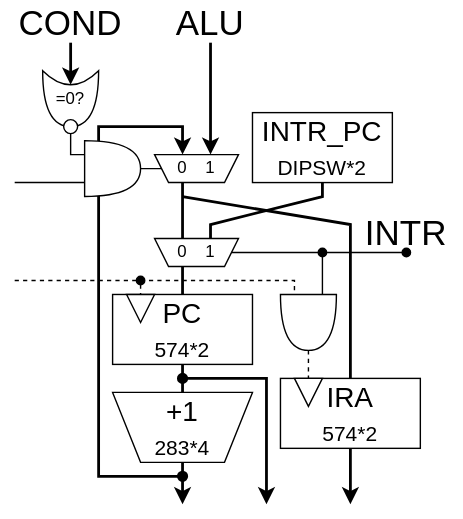
amane-uehara/kanade-k-1228.github.io keeps this draw.io diagram as Lab/Computer/RK16/9_Hardware/img/PFC.dio.svg. Above is the earlier version. Source tidied: cells renumbered, new cells last; positions are measured from the earlier drawing's top-left corner, leaving out a move shared by most shapes.
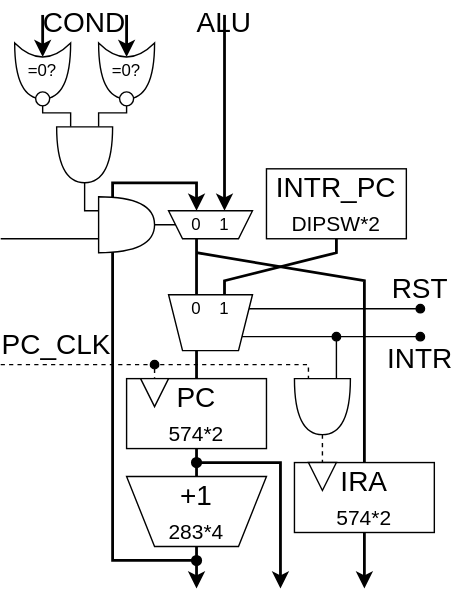
After the commit.

What changed in the source:
```diff
@@ -2,24 +2,56 @@
   <root>
     <mxCell id="0" />
     <mxCell id="1" parent="0" />
+    <mxCell id="40" style="endArrow=none;html=1;fontSize=20;strokeWidth=1;rounded=0;endFill=0;startArrow=oval;startFill=1;" parent="1" edge="1">
+      <mxGeometry relative="1" as="geometry">
+        <mxPoint x="290" y="160" as="sourcePoint" />
+        <mxPoint x="150" y="160" as="targetPoint" />
+      </mxGeometry>
+    </mxCell>
+    <mxCell id="24" style="endArrow=none;html=1;fontSize=20;strokeWidth=1;rounded=0;endFill=0;startArrow=oval;startFill=1;" parent="1" edge="1">
+      <mxGeometry relative="1" as="geometry">
+        <mxPoint x="290" y="180" as="sourcePoint" />
+        <mxPoint x="150" y="180" as="targetPoint" />
+      </mxGeometry>
+    </mxCell>
+    <mxCell id="41" style="endArrow=none;html=1;rounded=0;" parent="1" edge="1">
+      <mxGeometry relative="1" as="geometry">
+        <mxPoint x="60" y="30" as="sourcePoint" />
+        <mxPoint x="80" as="targetPoint" />
+        <Array as="points">
+          <mxPoint x="60" y="20" />
+          <mxPoint x="80" y="20" />
+        </Array>
+      </mxGeometry>
+    </mxCell>
+    <mxCell id="42" style="endArrow=none;html=1;rounded=0;" parent="1" edge="1">
+      <mxGeometry relative="1" as="geometry">
+        <mxPoint x="40" y="30" as="sourcePoint" />
+        <mxPoint x="20" as="targetPoint" />
+        <Array as="points">
+          <mxPoint x="40" y="20" />
+          <mxPoint x="20" y="20" />
+        </Array>
+      </mxGeometry>
+    </mxCell>
     <mxCell id="2" style="endArrow=none;html=1;rounded=0;" parent="1" edge="1">
       <mxGeometry relative="1" as="geometry">
-        <mxPoint x="60" y="110" as="sourcePoint" />
-        <mxPoint x="50" y="90" as="targetPoint" />
+        <mxPoint x="60" y="90" as="sourcePoint" />
+        <mxPoint x="50" y="70" as="targetPoint" />
         <Array as="points">
-          <mxPoint x="50" y="110" />
+          <mxPoint x="50" y="90" />
         </Array>
       </mxGeometry>
     </mxCell>
     <mxCell id="3" style="endArrow=none;html=1;rounded=0;" parent="1" edge="1">
       <mxGeometry relative="1" as="geometry">
-        <mxPoint x="120" y="120" as="sourcePoint" />
-        <mxPoint x="90" y="120" as="targetPoint" />
+        <mxPoint x="120" y="100" as="sourcePoint" />
+        <mxPoint x="90" y="100" as="targetPoint" />
       </mxGeometry>
     </mxCell>
     <mxCell id="4" style="endArrow=none;html=1;fontSize=20;strokeWidth=2;endFill=0;" parent="1" edge="1">
       <mxGeometry relative="1" as="geometry">
-        <mxPoint x="130" y="130" as="sourcePoint" />
+        <mxPoint x="130" y="110" as="sourcePoint" />
         <mxPoint x="130" y="170" as="targetPoint" />
       </mxGeometry>
     </mxCell>
@@ -29,8 +61,8 @@
     <mxCell id="6" value="IRA&lt;br style=&quot;font-size: 19px;&quot;&gt;&lt;font style=&quot;font-size: 15px;&quot;&gt;574*2&lt;/font&gt;" style="rounded=0;whiteSpace=wrap;html=1;fontSize=20;" parent="1" vertex="1">
       <mxGeometry x="200" y="270" width="100" height="50" as="geometry" />
     </mxCell>
-    <mxCell id="7" value="INTR" style="text;html=1;strokeColor=none;fillColor=none;align=center;verticalAlign=middle;whiteSpace=wrap;rounded=0;fontSize=25;" parent="1" vertex="1">
-      <mxGeometry x="250" y="150" width="80" height="30" as="geometry" />
+    <mxCell id="7" value="INTR" style="text;html=1;strokeColor=none;fillColor=none;align=center;verticalAlign=middle;whiteSpace=wrap;rounded=0;fontSize=20;" parent="1" vertex="1">
+      <mxGeometry x="260" y="180" width="60" height="30" as="geometry" />
     </mxCell>
     <mxCell id="8" style="endArrow=none;html=1;fontSize=20;strokeWidth=2;endFill=0;" parent="1" edge="1">
       <mxGeometry relative="1" as="geometry">
@@ -48,23 +80,23 @@
       </mxGeometry>
     </mxCell>
     <mxCell id="10" value="INTR_PC&lt;br style=&quot;font-size: 19px;&quot;&gt;&lt;font style=&quot;font-size: 15px;&quot;&gt;DIPSW*2&lt;/font&gt;" style="rounded=0;whiteSpace=wrap;html=1;fontSize=20;" parent="1" vertex="1">
-      <mxGeometry x="180" y="80" width="100" height="50" as="geometry" />
+      <mxGeometry x="180" y="60" width="100" height="50" as="geometry" />
     </mxCell>
     <mxCell id="11" style="triangle;whiteSpace=wrap;html=1;fontSize=15;direction=south;" parent="1" vertex="1">
       <mxGeometry x="210" y="270" width="20" height="20" as="geometry" />
     </mxCell>
     <mxCell id="12" style="endArrow=none;html=1;fontSize=20;strokeWidth=2;endFill=0;rounded=0;" parent="1" edge="1">
       <mxGeometry relative="1" as="geometry">
-        <mxPoint x="130" y="140" as="sourcePoint" />
+        <mxPoint x="130" y="120" as="sourcePoint" />
         <mxPoint x="250" y="270" as="targetPoint" />
         <Array as="points">
-          <mxPoint x="250" y="160" />
+          <mxPoint x="250" y="140" />
         </Array>
       </mxGeometry>
     </mxCell>
     <mxCell id="13" style="endArrow=none;html=1;fontSize=20;strokeWidth=1;dashed=1;rounded=0;endFill=0;" parent="1" edge="1">
       <mxGeometry relative="1" as="geometry">
-        <mxPoint x="10" y="200" as="sourcePoint" />
+        <mxPoint x="-10" y="200" as="sourcePoint" />
         <mxPoint x="210" y="210" as="targetPoint" />
         <Array as="points">
           <mxPoint x="210" y="200" />
@@ -74,11 +106,11 @@
     <mxCell id="14" style="endArrow=classic;html=1;fontSize=20;strokeWidth=2;rounded=0;startArrow=oval;startFill=1;" parent="1" edge="1">
       <mxGeometry relative="1" as="geometry">
         <mxPoint x="130" y="340" as="sourcePoint" />
-        <mxPoint x="130" y="110" as="targetPoint" />
+        <mxPoint x="130" y="90" as="targetPoint" />
         <Array as="points">
           <mxPoint x="70" y="340" />
-          <mxPoint x="70" y="90" />
-          <mxPoint x="130" y="90" />
+          <mxPoint x="70" y="70" />
+          <mxPoint x="130" y="70" />
         </Array>
       </mxGeometry>
     </mxCell>
@@ -98,35 +130,30 @@
       <mxGeometry x="90" y="210" width="20" height="20" as="geometry" />
     </mxCell>
     <mxCell id="19" style="shape=trapezoid;perimeter=trapezoidPerimeter;whiteSpace=wrap;html=1;fixedSize=1;direction=west;fontSize=15;size=10;" parent="1" vertex="1">
-      <mxGeometry x="110" y="110" width="60" height="20" as="geometry" />
+      <mxGeometry x="110" y="90" width="60" height="20" as="geometry" />
     </mxCell>
     <mxCell id="20" style="endArrow=none;html=1;fontSize=20;strokeWidth=2;endFill=0;rounded=0;" parent="1" edge="1">
       <mxGeometry relative="1" as="geometry">
-        <mxPoint x="230" y="130" as="sourcePoint" />
-        <mxPoint x="150" y="170" as="targetPoint" />
+        <mxPoint x="230" y="110" as="sourcePoint" />
+        <mxPoint x="150" y="150" as="targetPoint" />
         <Array as="points">
-          <mxPoint x="230" y="140" />
-          <mxPoint x="150" y="160" />
+          <mxPoint x="230" y="120" />
+          <mxPoint x="150" y="140" />
         </Array>
       </mxGeometry>
     </mxCell>
     <mxCell id="21" style="shape=trapezoid;perimeter=trapezoidPerimeter;whiteSpace=wrap;html=1;fixedSize=1;direction=west;fontSize=15;size=10;" parent="1" vertex="1">
-      <mxGeometry x="110" y="170" width="60" height="20" as="geometry" />
+      <mxGeometry x="110" y="150" width="60" height="40" as="geometry" />
     </mxCell>
     <mxCell id="22" style="endArrow=classic;html=1;fontSize=20;strokeWidth=2;" parent="1" edge="1">
       <mxGeometry relative="1" as="geometry">
-        <mxPoint x="50" y="30" as="sourcePoint" />
-        <mxPoint x="50" y="60" as="targetPoint" />
+        <mxPoint x="20" y="-50" as="sourcePoint" />
+        <mxPoint x="20" y="-20" as="targetPoint" />
       </mxGeometry>
     </mxCell>
-    <mxCell id="23" value="ALU" style="text;html=1;strokeColor=none;fillColor=none;align=center;verticalAlign=middle;whiteSpace=wrap;rounded=0;fontSize=25;" parent="1" vertex="1">
-      <mxGeometry x="110" width="80" height="30" as="geometry" />
+    <mxCell id="23" value="ALU" style="text;html=1;strokeColor=none;fillColor=none;align=center;verticalAlign=middle;whiteSpace=wrap;rounded=0;fontSize=20;" parent="1" vertex="1">
+      <mxGeometry x="110" y="-60" width="80" height="30" as="geometry" />
     </mxCell>
-    <mxCell id="24" style="endArrow=none;html=1;fontSize=20;strokeWidth=1;rounded=0;endFill=0;startArrow=oval;startFill=1;" parent="1" edge="1" target="21">
-      <mxGeometry relative="1" as="geometry">
-        <mxPoint x="290" y="180" as="sourcePoint" />
-      </mxGeometry>
-    </mxCell>
     <mxCell id="25" style="endArrow=none;html=1;fontSize=20;strokeWidth=1;dashed=1;rounded=0;startArrow=oval;startFill=1;endFill=0;" parent="1" edge="1">
       <mxGeometry relative="1" as="geometry">
         <mxPoint x="100" y="200" as="sourcePoint" />
@@ -147,18 +174,18 @@
     </mxCell>
     <mxCell id="28" style="endArrow=classic;html=1;fontSize=20;strokeWidth=2;" parent="1" edge="1">
       <mxGeometry relative="1" as="geometry">
-        <mxPoint x="150" y="30" as="sourcePoint" />
-        <mxPoint x="150" y="110" as="targetPoint" />
+        <mxPoint x="150" y="-50" as="sourcePoint" />
+        <mxPoint x="150" y="90" as="targetPoint" />
       </mxGeometry>
     </mxCell>
-    <mxCell id="29" value="COND" style="text;html=1;strokeColor=none;fillColor=none;align=center;verticalAlign=middle;whiteSpace=wrap;rounded=0;fontSize=25;" parent="1" vertex="1">
-      <mxGeometry width="100" height="30" as="geometry" />
+    <mxCell id="29" value="COND" style="text;html=1;strokeColor=none;fillColor=none;align=center;verticalAlign=middle;whiteSpace=wrap;rounded=0;fontSize=20;" parent="1" vertex="1">
+      <mxGeometry y="-60" width="100" height="30" as="geometry" />
     </mxCell>
     <mxCell id="30" value="=0?" style="shape=xor;whiteSpace=wrap;html=1;direction=south;" parent="1" vertex="1">
-      <mxGeometry x="30" y="50" width="40" height="40" as="geometry" />
+      <mxGeometry y="-30" width="40" height="40" as="geometry" />
     </mxCell>
     <mxCell id="31" style="shape=or;whiteSpace=wrap;html=1;fontSize=40;direction=east;rotation=0;" parent="1" vertex="1">
-      <mxGeometry x="60" y="100" width="40" height="40" as="geometry" />
+      <mxGeometry x="60" y="80" width="40" height="40" as="geometry" />
     </mxCell>
     <mxCell id="32" style="endArrow=classic;html=1;fontSize=20;strokeWidth=2;" parent="1" edge="1">
       <mxGeometry relative="1" as="geometry">
@@ -167,25 +194,25 @@
       </mxGeometry>
     </mxCell>
     <mxCell id="33" value="0" style="text;html=1;strokeColor=none;fillColor=none;align=center;verticalAlign=middle;whiteSpace=wrap;rounded=0;" parent="1" vertex="1">
-      <mxGeometry x="120" y="170" width="20" height="20" as="geometry" />
+      <mxGeometry x="120" y="150" width="20" height="20" as="geometry" />
     </mxCell>
     <mxCell id="34" value="0" style="text;html=1;strokeColor=none;fillColor=none;align=center;verticalAlign=middle;whiteSpace=wrap;rounded=0;" parent="1" vertex="1">
-      <mxGeometry x="120" y="110" width="20" height="20" as="geometry" />
+      <mxGeometry x="120" y="90" width="20" height="20" as="geometry" />
     </mxCell>
     <mxCell id="35" value="1" style="text;html=1;strokeColor=none;fillColor=none;align=center;verticalAlign=middle;whiteSpace=wrap;rounded=0;" parent="1" vertex="1">
-      <mxGeometry x="140" y="110" width="20" height="20" as="geometry" />
+      <mxGeometry x="140" y="90" width="20" height="20" as="geometry" />
     </mxCell>
     <mxCell id="36" value="1" style="text;html=1;strokeColor=none;fillColor=none;align=center;verticalAlign=middle;whiteSpace=wrap;rounded=0;" parent="1" vertex="1">
-      <mxGeometry x="140" y="170" width="20" height="20" as="geometry" />
+      <mxGeometry x="140" y="150" width="20" height="20" as="geometry" />
     </mxCell>
     <mxCell id="37" style="endArrow=none;html=1;rounded=0;" parent="1" edge="1">
       <mxGeometry relative="1" as="geometry">
-        <mxPoint x="60" y="130" as="sourcePoint" />
-        <mxPoint x="10" y="130" as="targetPoint" />
+        <mxPoint x="60" y="110" as="sourcePoint" />
+        <mxPoint x="-10" y="110" as="targetPoint" />
       </mxGeometry>
     </mxCell>
     <mxCell id="38" style="ellipse;whiteSpace=wrap;html=1;" parent="1" vertex="1">
-      <mxGeometry x="45" y="85" width="10" height="10" as="geometry" />
+      <mxGeometry x="15" y="5" width="10" height="10" as="geometry" />
     </mxCell>
     <mxCell id="39" style="endArrow=none;html=1;fontSize=20;strokeWidth=2;endFill=0;" parent="1" edge="1">
       <mxGeometry relative="1" as="geometry">
@@ -193,5 +220,26 @@
         <mxPoint x="130" y="280" as="targetPoint" />
       </mxGeometry>
     </mxCell>
+    <mxCell id="43" style="endArrow=classic;html=1;fontSize=20;strokeWidth=2;" parent="1" edge="1">
+      <mxGeometry relative="1" as="geometry">
+        <mxPoint x="80" y="-50" as="sourcePoint" />
+        <mxPoint x="80" y="-20" as="targetPoint" />
+      </mxGeometry>
+    </mxCell>
+    <mxCell id="44" value="=0?" style="shape=xor;whiteSpace=wrap;html=1;direction=south;" parent="1" vertex="1">
+      <mxGeometry x="60" y="-30" width="40" height="40" as="geometry" />
+    </mxCell>
+    <mxCell id="45" style="ellipse;whiteSpace=wrap;html=1;" parent="1" vertex="1">
+      <mxGeometry x="75" y="5" width="10" height="10" as="geometry" />
+    </mxCell>
+    <mxCell id="46" style="shape=or;whiteSpace=wrap;html=1;fontSize=40;direction=south;rotation=0;" parent="1" vertex="1">
+      <mxGeometry x="30" y="30" width="40" height="40" as="geometry" />
+    </mxCell>
+    <mxCell id="47" value="PC_CLK" style="text;html=1;strokeColor=none;fillColor=none;align=center;verticalAlign=middle;whiteSpace=wrap;rounded=0;fontSize=20;" parent="1" vertex="1">
+      <mxGeometry x="-10" y="170" width="80" height="30" as="geometry" />
+    </mxCell>
+    <mxCell id="48" value="RST" style="text;html=1;strokeColor=none;fillColor=none;align=center;verticalAlign=middle;whiteSpace=wrap;rounded=0;fontSize=20;" parent="1" vertex="1">
+      <mxGeometry x="260" y="130" width="60" height="30" as="geometry" />
+    </mxCell>
   </root>
 </mxGraphModel>
```
